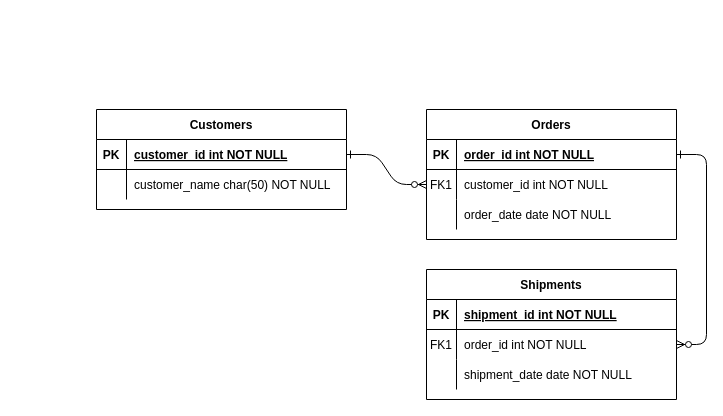
Earlier version of the draw.io diagram Untitled Diagram.drawio (Diluviu/MeterMasterDBArc). Source tidied: cells renumbered, new cells numbered last; positions are measured from the earlier drawing's top-left corner, leaving out a move shared by most shapes. Both pictures are drawn from the tidied source at 100%, with x=0, y=0 at pixel (96, 109).
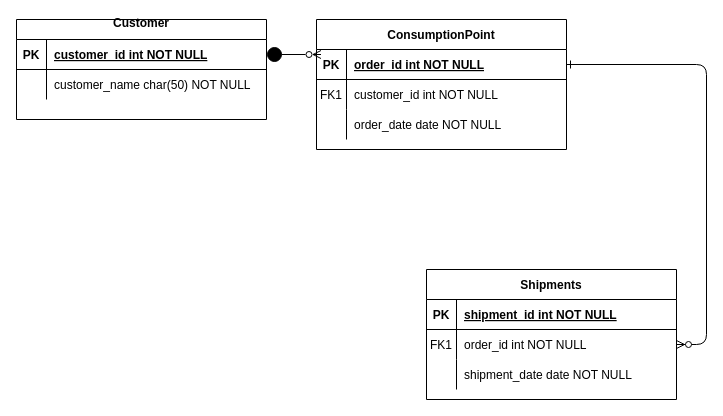
After the change.

Unchanged cells that the change refers to:
```xml
<mxCell id="5" style="shape=partialRectangle;fillColor=none;points=[[0,0.5],[1,0.5]];portConstraint=eastwest;top=0;left=0;right=0;bottom=1;" parent="4" vertex="1">
  <mxGeometry y="30" width="250" height="30" as="geometry" />
</mxCell>
<mxCell id="8" style="shape=partialRectangle;fillColor=none;points=[[0,0.5],[1,0.5]];portConstraint=eastwest;top=0;left=0;right=0;bottom=0;" parent="4" vertex="1">
  <mxGeometry y="60" width="250" height="30" as="geometry" />
</mxCell>
```

Diff of the diagram source:
```diff
@@
-    <mxCell id="2" style="edgeStyle=entityRelationEdgeStyle;endArrow=ERzeroToMany;startArrow=ERone;endFill=1;startFill=0;" parent="1" edge="1" source="25" target="8">
-      <mxGeometry relative="1" as="geometry" />
-    </mxCell>
@@
-    <mxCell id="4" value="Orders" style="shape=table;startSize=30;childLayout=tableLayout;rowLines=0;fontStyle=1;align=center;" parent="1" vertex="1">
-      <mxGeometry x="330" width="250" height="130" as="geometry" />
+    <mxCell id="4" value="ConsumptionPoint" style="shape=table;startSize=30;childLayout=tableLayout;rowLines=0;fontStyle=1;align=center;" parent="1" vertex="1">
+      <mxGeometry x="220" y="-90" width="250" height="130" as="geometry" />
     </mxCell>
@@
-    <mxCell id="24" value="Customers" style="shape=table;startSize=30;childLayout=tableLayout;rowLines=0;fontStyle=1;align=center;" parent="1" vertex="1">
-      <mxGeometry width="250" height="100" as="geometry" />
+    <mxCell id="24" value="Customer&#10;" style="shape=table;startSize=20;childLayout=tableLayout;rowLines=0;fontStyle=1;align=center;" parent="1" vertex="1">
+      <mxGeometry x="-80" y="-90" width="250" height="100" as="geometry" />
     </mxCell>
     <mxCell id="25" style="shape=partialRectangle;fillColor=none;points=[[0,0.5],[1,0.5]];portConstraint=eastwest;top=0;left=0;right=0;bottom=1;" parent="24" vertex="1">
-      <mxGeometry y="30" width="250" height="30" as="geometry" />
+      <mxGeometry y="20" width="250" height="30" as="geometry" />
     </mxCell>
@@
     <mxCell id="28" style="shape=partialRectangle;fillColor=none;top=0;left=0;right=0;bottom=0;" parent="24" vertex="1">
-      <mxGeometry y="60" width="250" height="30" as="geometry" />
+      <mxGeometry y="50" width="250" height="30" as="geometry" />
     </mxCell>
@@
+    <mxCell id="31" style="edgeStyle=none;rounded=0;jettySize=auto;html=1;exitX=1;exitY=0.5;exitDx=0;exitDy=0;entryX=0.018;entryY=0.167;entryDx=0;entryDy=0;entryPerimeter=0;endArrow=ERzeroToMany;endFill=0;startArrow=circle;startFill=1;" parent="1" edge="1" source="25" target="5">
+      <mxGeometry relative="1" as="geometry" />
+    </mxCell>
```
